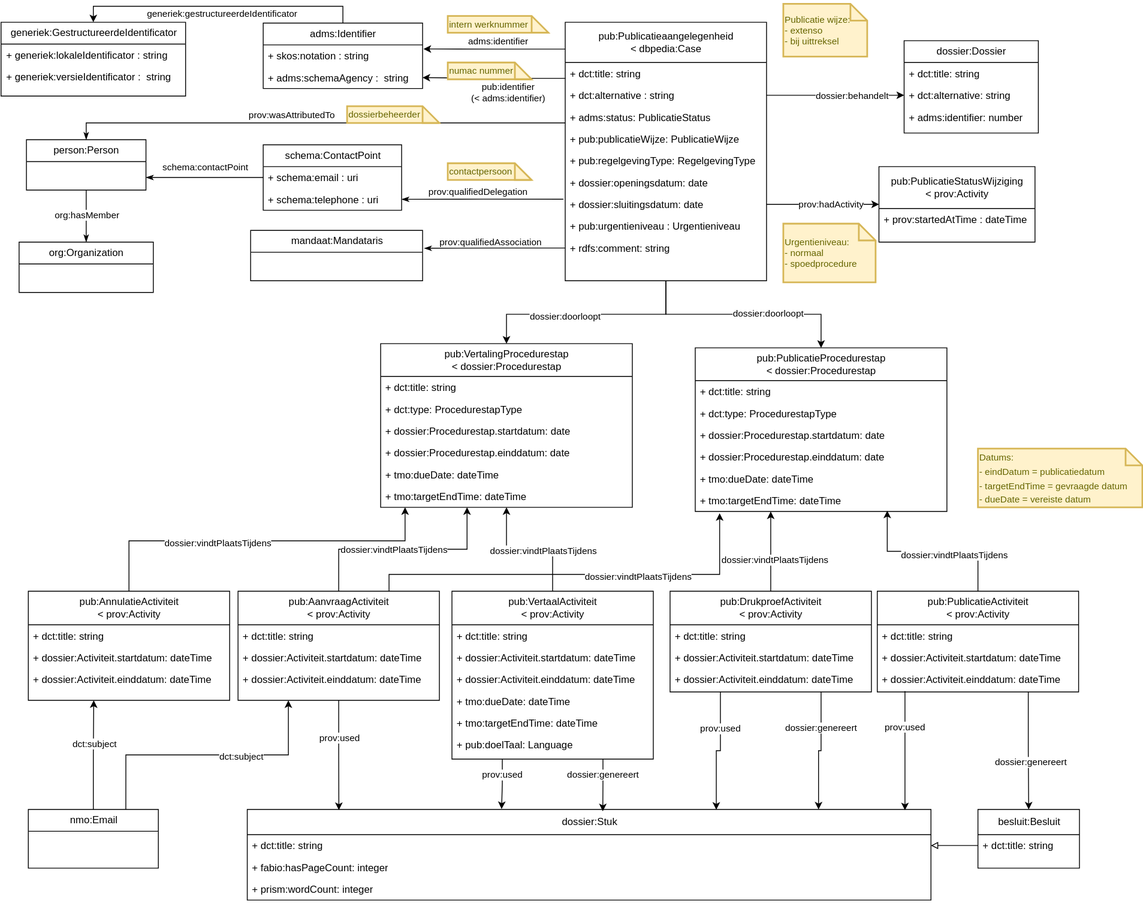
The draw.io diagram images/publication-flow-data-model.svg in kanselarij-vlaanderen/kaleidos-documentation, before a commit. Source tidied: cells renumbered, new cells last; positions are measured from the earlier drawing's top-left corner, leaving out a move shared by most shapes.
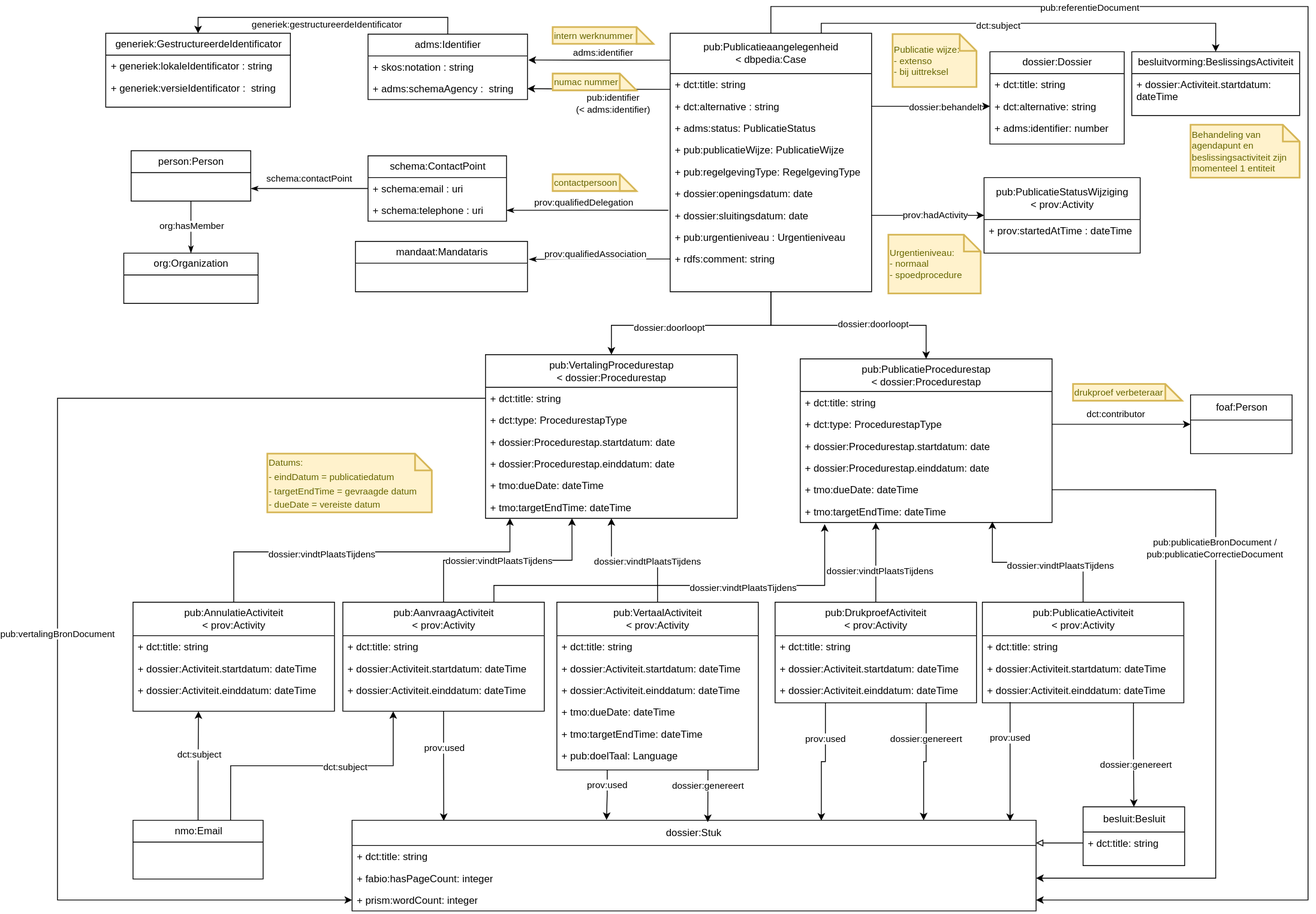
Above is the later version.

Commit message:
Update publication data model

What changed in the source:
```diff
@@ -8,6 +8,29 @@
     <mxCell id="3" value="dossier:doorloopt" style="edgeLabel;html=1;align=center;verticalAlign=middle;" parent="2" vertex="1">
       <mxGeometry x="0.22" y="2" relative="1" as="geometry" />
     </mxCell>
+    <mxCell id="137" style="edgeStyle=orthogonalEdgeStyle;rounded=0;jettySize=auto;html=1;exitX=0.5;exitY=0;exitDx=0;exitDy=0;entryX=1;entryY=0.5;entryDx=0;entryDy=0;" parent="1" edge="1" source="4" target="74">
+      <mxGeometry relative="1" as="geometry">
+        <Array as="points">
+          <mxPoint x="792" y="-10" />
+          <mxPoint x="1432" y="-10" />
+          <mxPoint x="1432" y="1055" />
+        </Array>
+      </mxGeometry>
+    </mxCell>
+    <mxCell id="138" value="pub:referentieDocument" style="edgeLabel;html=1;align=center;verticalAlign=middle;" parent="137" vertex="1">
+      <mxGeometry x="-0.6" y="-1" relative="1" as="geometry" />
+    </mxCell>
+    <mxCell id="139" style="edgeStyle=orthogonalEdgeStyle;rounded=0;jettySize=auto;html=1;exitX=0.75;exitY=0;exitDx=0;exitDy=0;entryX=0.5;entryY=0;entryDx=0;entryDy=0;" parent="1" edge="1" source="4" target="145">
+      <mxGeometry relative="1" as="geometry">
+        <Array as="points">
+          <mxPoint x="852" y="10" />
+          <mxPoint x="1322" y="10" />
+        </Array>
+      </mxGeometry>
+    </mxCell>
+    <mxCell id="140" value="dct:subject" style="edgeLabel;html=1;align=center;verticalAlign=middle;" parent="139" vertex="1">
+      <mxGeometry x="-0.14" y="-2" relative="1" as="geometry" />
+    </mxCell>
     <mxCell id="4" value="&lt;font face=&quot;Helvetica&quot; style=&quot;font-size: 12px&quot;&gt;pub:Publicatieaangelegenheid&lt;br&gt;&amp;lt; dbpedia:Case&lt;br&gt;&lt;/font&gt;" style="swimlane;html=1;fontStyle=0;horizontal=1;startSize=48;fillColor=none;swimlaneFillColor=#ffffff;rounded=0;shadow=0;comic=0;labelBackgroundColor=none;strokeWidth=1;fontFamily=Verdana;fontSize=10;align=center;" parent="1" vertex="1">
       <mxGeometry x="672" y="22" width="240" height="308" as="geometry" />
     </mxCell>
@@ -39,7 +62,7 @@
       <mxGeometry y="256" width="240" height="26" as="geometry" />
     </mxCell>
     <mxCell id="14" value="dossier:Dossier" style="swimlane;html=1;fontStyle=0;horizontal=1;startSize=26;fillColor=none;swimlaneFillColor=#ffffff;rounded=0;shadow=0;comic=0;labelBackgroundColor=none;strokeWidth=1;fontFamily=Helvetica;fontSize=12;align=center;" parent="1" vertex="1">
-      <mxGeometry x="1076" y="44" width="160" height="110" as="geometry" />
+      <mxGeometry x="1053" y="44" width="160" height="110" as="geometry" />
     </mxCell>
     <mxCell id="15" value="+ dct:title: string" style="text;html=1;strokeColor=none;fillColor=none;align=left;verticalAlign=top;spacingLeft=4;spacingRight=4;whiteSpace=wrap;overflow=hidden;" parent="14" vertex="1">
       <mxGeometry y="26" width="160" height="26" as="geometry" />
@@ -87,13 +110,13 @@
       <mxGeometry x="0.23" relative="1" as="geometry" />
     </mxCell>
     <mxCell id="28" value="Publicatie wijze:&lt;br style=&quot;font-size: 11px&quot;&gt;- extenso&lt;br style=&quot;font-size: 11px&quot;&gt;- bij uittreksel" style="shape=note;strokeWidth=2;fontSize=11;size=20;whiteSpace=wrap;html=1;fillColor=#fff2cc;strokeColor=#d6b656;fontColor=#666600;align=left;" parent="1" vertex="1">
-      <mxGeometry x="932" width="100" height="63" as="geometry" />
+      <mxGeometry x="937" y="23" width="100" height="63" as="geometry" />
     </mxCell>
     <mxCell id="29" value="Urgentieniveau:&lt;br&gt;- normaal&lt;br&gt;- spoedprocedure" style="shape=note;strokeWidth=2;fontSize=11;size=20;whiteSpace=wrap;html=1;fillColor=#fff2cc;strokeColor=#d6b656;fontColor=#666600;align=left;" parent="1" vertex="1">
       <mxGeometry x="932" y="262" width="110" height="70" as="geometry" />
     </mxCell>
     <mxCell id="30" value="&lt;font style=&quot;font-size: 11px&quot;&gt;Datums:&lt;br&gt;- eindDatum = publicatiedatum&lt;br&gt;- targetEndTime = gevraagde datum&lt;br&gt;- dueDate = vereiste datum&lt;/font&gt;" style="shape=note;strokeWidth=2;fontSize=14;size=20;whiteSpace=wrap;html=1;fillColor=#fff2cc;strokeColor=#d6b656;fontColor=#666600;align=left;" parent="1" vertex="1">
-      <mxGeometry x="1164" y="530" width="196" height="70" as="geometry" />
+      <mxGeometry x="192" y="523" width="196" height="70" as="geometry" />
     </mxCell>
     <mxCell id="31" style="edgeStyle=orthogonalEdgeStyle;rounded=0;jettySize=auto;html=1;entryX=0.372;entryY=-0.004;entryDx=0;entryDy=0;entryPerimeter=0;exitX=0.25;exitY=1;exitDx=0;exitDy=0;" parent="1" edge="1" source="35" target="71">
       <mxGeometry relative="1" as="geometry" />
@@ -324,7 +347,7 @@
       <mxGeometry y="92" width="240" height="26" as="geometry" />
     </mxCell>
     <mxCell id="97" value="&lt;font face=&quot;Helvetica&quot;&gt;&lt;span style=&quot;font-size: 12px&quot;&gt;besluit:Besluit&lt;/span&gt;&lt;/font&gt;" style="swimlane;html=1;fontStyle=0;horizontal=1;startSize=30;fillColor=none;swimlaneFillColor=#ffffff;rounded=0;shadow=0;comic=0;labelBackgroundColor=none;strokeWidth=1;fontFamily=Verdana;fontSize=10;align=center;" parent="1" vertex="1">
-      <mxGeometry x="1164" y="960" width="121" height="70" as="geometry" />
+      <mxGeometry x="1164" y="944" width="121" height="70" as="geometry" />
     </mxCell>
     <mxCell id="98" value="+ dct:title: string" style="text;html=1;strokeColor=none;fillColor=none;align=left;verticalAlign=top;spacingLeft=4;spacingRight=4;whiteSpace=wrap;overflow=hidden;points=[[0,0.5],[1,0.5]];portConstraint=eastwest;" parent="97" vertex="1">
       <mxGeometry y="30" width="121" height="26" as="geometry" />
@@ -358,7 +381,7 @@
     <mxCell id="106" value="prov:used" style="edgeLabel;html=1;align=center;verticalAlign=middle;" parent="105" vertex="1">
       <mxGeometry x="-0.41" y="-1" relative="1" as="geometry" />
     </mxCell>
-    <mxCell id="107" style="edgeStyle=orthogonalEdgeStyle;rounded=0;jettySize=auto;html=1;entryX=1;entryY=0.5;entryDx=0;entryDy=0;endArrow=block;endFill=0;" parent="1" edge="1" source="98" target="72">
+    <mxCell id="107" style="edgeStyle=orthogonalEdgeStyle;rounded=0;jettySize=auto;html=1;entryX=1;entryY=0.25;entryDx=0;entryDy=0;endArrow=block;endFill=0;" parent="1" edge="1" source="98" target="71">
       <mxGeometry relative="1" as="geometry" />
     </mxCell>
     <mxCell id="108" value="mandaat:Mandataris" style="swimlane;html=1;fontStyle=0;horizontal=1;startSize=26;fillColor=none;swimlaneFillColor=#ffffff;rounded=0;shadow=0;comic=0;labelBackgroundColor=none;strokeWidth=1;fontFamily=Helvetica;fontSize=12;align=center;" parent="1" vertex="1">
@@ -426,23 +449,6 @@
     <mxCell id="124" value="contactpersoon" style="shape=note;strokeWidth=2;fontSize=11;size=20;whiteSpace=wrap;html=1;fillColor=#fff2cc;strokeColor=#d6b656;fontColor=#666600;align=left;" parent="1" vertex="1">
       <mxGeometry x="532" y="190" width="100" height="20" as="geometry" />
     </mxCell>
-    <mxCell id="125" style="edgeStyle=orthogonalEdgeStyle;rounded=0;jettySize=auto;html=1;entryX=0.5;entryY=0;entryDx=0;entryDy=0;endArrow=classicThin;endFill=1;" parent="1" edge="1" target="115">
-      <mxGeometry relative="1" as="geometry">
-        <mxPoint x="672" y="142" as="sourcePoint" />
-        <Array as="points">
-          <mxPoint x="672" y="142" />
-          <mxPoint x="101" y="142" />
-        </Array>
-      </mxGeometry>
-    </mxCell>
-    <mxCell id="126" value="prov:wasAttributedTo" style="edgeLabel;html=1;align=center;verticalAlign=middle;" parent="125" vertex="1">
-      <mxGeometry x="0.13" y="-1" relative="1" as="geometry">
-        <mxPoint x="6.2" y="-9" as="offset" />
-      </mxGeometry>
-    </mxCell>
-    <mxCell id="127" value="dossierbeheerder" style="shape=note;strokeWidth=2;fontSize=11;size=20;whiteSpace=wrap;html=1;fillColor=#fff2cc;strokeColor=#d6b656;fontColor=#666600;align=left;" parent="1" vertex="1">
-      <mxGeometry x="412" y="122" width="110" height="20" as="geometry" />
-    </mxCell>
     <mxCell id="128" value="&lt;font face=&quot;Helvetica&quot; style=&quot;font-size: 12px&quot;&gt;pub:VertalingProcedurestap&lt;br&gt;&amp;lt; dossier:Procedurestap&lt;/font&gt;" style="swimlane;html=1;fontStyle=0;horizontal=1;startSize=39;fillColor=none;swimlaneFillColor=#ffffff;rounded=0;shadow=0;comic=0;labelBackgroundColor=none;strokeWidth=1;fontFamily=Verdana;fontSize=10;align=center;" parent="1" vertex="1">
       <mxGeometry x="452" y="405" width="300" height="195" as="geometry" />
     </mxCell>
@@ -476,5 +482,50 @@
     <mxCell id="136" value="dossier:doorloopt" style="edgeLabel;html=1;align=center;verticalAlign=middle;" parent="135" vertex="1">
       <mxGeometry x="0.22" y="2" relative="1" as="geometry" />
     </mxCell>
+    <mxCell id="141" value="&lt;font face=&quot;Helvetica&quot;&gt;&lt;span style=&quot;font-size: 12px&quot;&gt;foaf:Person&lt;/span&gt;&lt;/font&gt;" style="swimlane;html=1;fontStyle=0;horizontal=1;startSize=30;fillColor=none;swimlaneFillColor=#ffffff;rounded=0;shadow=0;comic=0;labelBackgroundColor=none;strokeWidth=1;fontFamily=Verdana;fontSize=10;align=center;" parent="1" vertex="1">
+      <mxGeometry x="1292" y="453" width="121" height="70" as="geometry" />
+    </mxCell>
+    <mxCell id="142" style="edgeStyle=orthogonalEdgeStyle;rounded=0;jettySize=auto;html=1;exitX=1;exitY=0.5;exitDx=0;exitDy=0;entryX=0;entryY=0.5;entryDx=0;entryDy=0;" parent="1" edge="1" source="21" target="141">
+      <mxGeometry relative="1" as="geometry" />
+    </mxCell>
+    <mxCell id="143" value="dct:contributor" style="edgeLabel;html=1;align=center;verticalAlign=middle;" parent="142" vertex="1">
+      <mxGeometry x="-0.36" y="3" relative="1" as="geometry">
+        <mxPoint x="22" y="-10" as="offset" />
+      </mxGeometry>
+    </mxCell>
+    <mxCell id="144" value="drukproef verbeteraar" style="shape=note;strokeWidth=2;fontSize=11;size=20;whiteSpace=wrap;html=1;fillColor=#fff2cc;strokeColor=#d6b656;fontColor=#666600;align=left;" parent="1" vertex="1">
+      <mxGeometry x="1152" y="440" width="130" height="20" as="geometry" />
+    </mxCell>
+    <mxCell id="145" value="besluitvorming:BeslissingsActiviteit" style="swimlane;html=1;fontStyle=0;horizontal=1;startSize=26;fillColor=none;swimlaneFillColor=#ffffff;rounded=0;shadow=0;comic=0;labelBackgroundColor=none;strokeWidth=1;fontFamily=Helvetica;fontSize=12;align=center;" parent="1" vertex="1">
+      <mxGeometry x="1222" y="44" width="200" height="76" as="geometry" />
+    </mxCell>
+    <mxCell id="146" value="+ dossier:Activiteit.startdatum: dateTime" style="text;html=1;strokeColor=none;fillColor=none;align=left;verticalAlign=top;spacingLeft=4;spacingRight=4;whiteSpace=wrap;overflow=hidden;" parent="145" vertex="1">
+      <mxGeometry y="26" width="200" height="44" as="geometry" />
+    </mxCell>
+    <mxCell id="147" style="edgeStyle=orthogonalEdgeStyle;rounded=0;jettySize=auto;html=1;exitX=0;exitY=0.5;exitDx=0;exitDy=0;entryX=0;entryY=0.5;entryDx=0;entryDy=0;" parent="1" edge="1" source="129" target="74">
+      <mxGeometry relative="1" as="geometry">
+        <Array as="points">
+          <mxPoint x="-58" y="457" />
+          <mxPoint x="-58" y="1055" />
+        </Array>
+      </mxGeometry>
+    </mxCell>
+    <mxCell id="148" value="pub:vertalingBronDocument" style="edgeLabel;html=1;align=center;verticalAlign=middle;" parent="147" vertex="1">
+      <mxGeometry x="0.08" y="-1" relative="1" as="geometry" />
+    </mxCell>
+    <mxCell id="149" style="edgeStyle=orthogonalEdgeStyle;rounded=0;jettySize=auto;html=1;exitX=1;exitY=0.5;exitDx=0;exitDy=0;entryX=1;entryY=0.5;entryDx=0;entryDy=0;" parent="1" edge="1" source="24" target="73">
+      <mxGeometry relative="1" as="geometry">
+        <Array as="points">
+          <mxPoint x="1322" y="566" />
+          <mxPoint x="1322" y="1029" />
+        </Array>
+      </mxGeometry>
+    </mxCell>
+    <mxCell id="150" value="pub:publicatieBronDocument /&lt;br&gt;pub:publicatieCorrectieDocument" style="edgeLabel;html=1;align=center;verticalAlign=middle;" parent="149" vertex="1">
+      <mxGeometry x="-0.39" y="-2" relative="1" as="geometry" />
+    </mxCell>
+    <mxCell id="151" value="Behandeling van agendapunt en beslissingsactiviteit zijn momenteel 1 entiteit" style="shape=note;strokeWidth=2;fontSize=11;size=20;whiteSpace=wrap;html=1;fillColor=#fff2cc;strokeColor=#d6b656;fontColor=#666600;align=left;" parent="1" vertex="1">
+      <mxGeometry x="1292" y="131" width="130" height="63" as="geometry" />
+    </mxCell>
   </root>
 </mxGraphModel>
```
